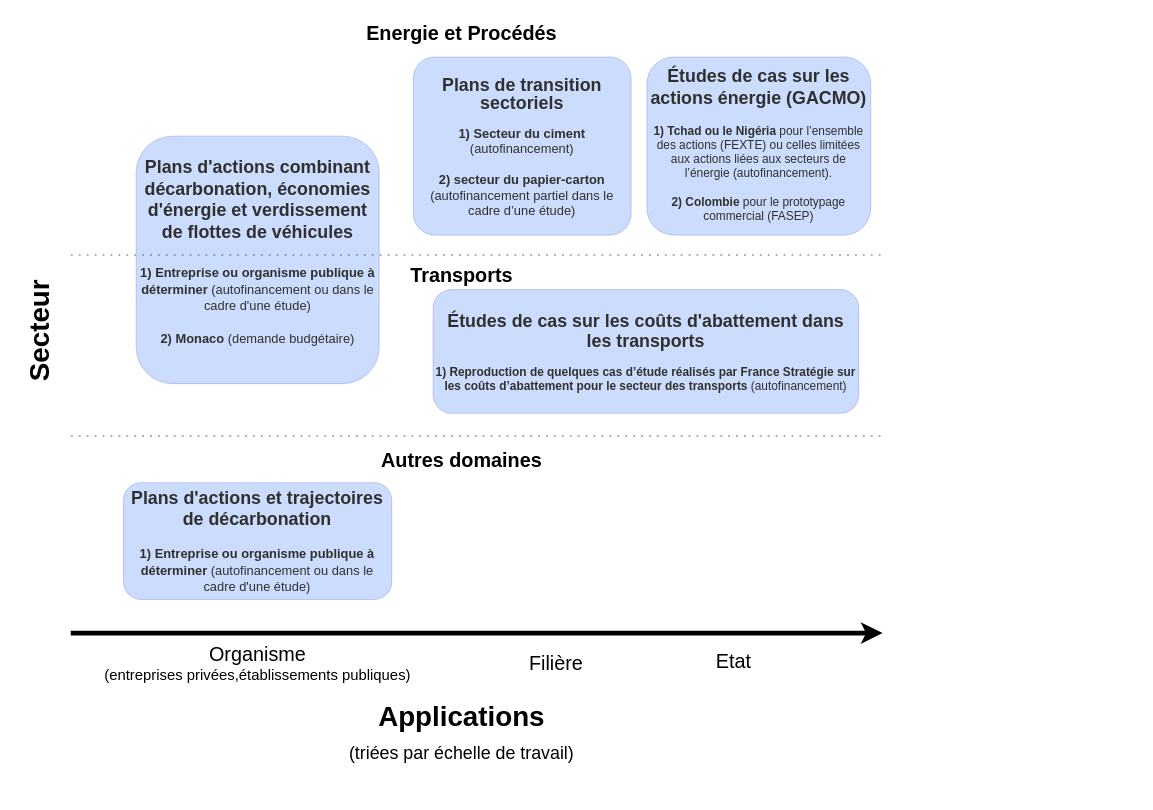
Earlier version of the draw.io diagram prospects_opticarb.drawio (Schlegen/drawio_schemes). Source tidied: cells renumbered, new cells numbered last; positions are measured from the earlier drawing's top-left corner, leaving out a move shared by most shapes. Both pictures are drawn from the tidied source at 99%, with x=0, y=0 at pixel (-23, 17).
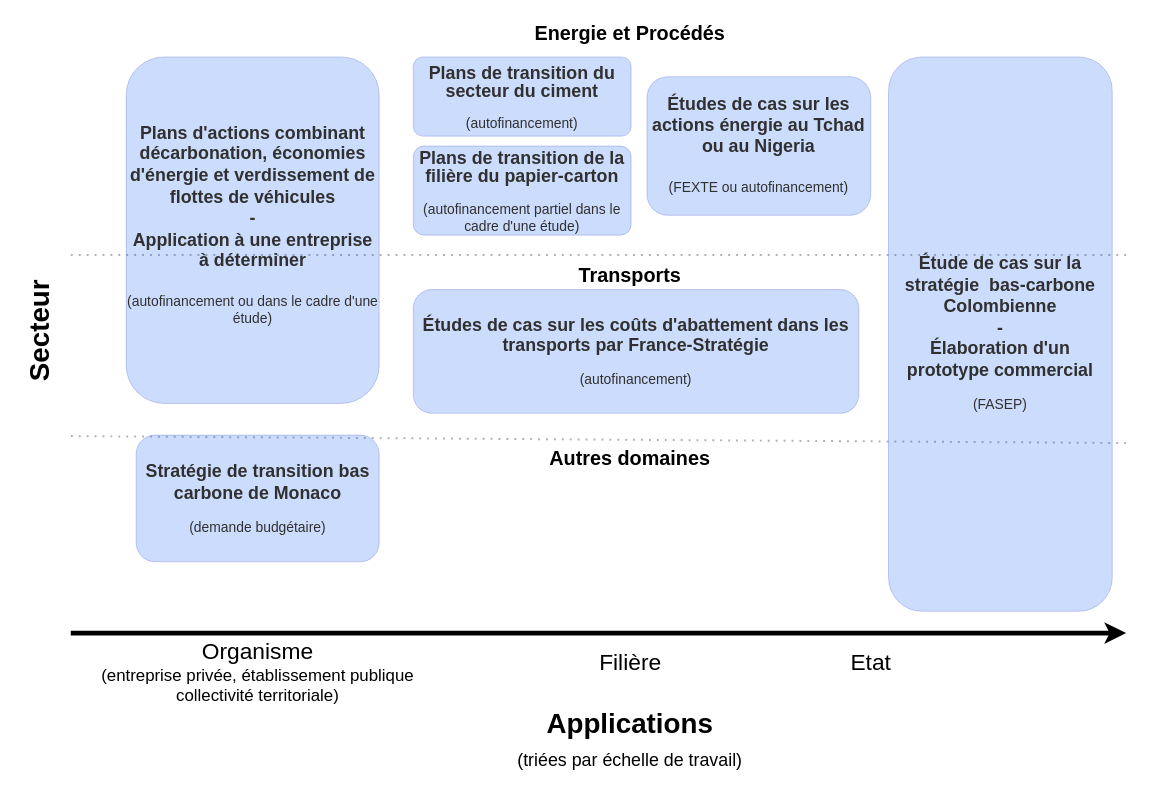
The same page after the edit.

Commit message:
Mettre à jour prospects_opticarb.drawio

Change to the diagram source:
```diff
@@
     <mxCell id="2" style="endArrow=classic;html=1;rounded=0;strokeWidth=5;" parent="1" edge="1">
       <mxGeometry relative="1" as="geometry">
         <mxPoint x="94" y="622" as="sourcePoint" />
-        <mxPoint x="914" y="622" as="targetPoint" />
+        <mxPoint x="1160" y="622" as="targetPoint" />
       </mxGeometry>
     </mxCell>
-    <mxCell id="3" value="&lt;div&gt;&lt;font style=&quot;font-size: 20px;&quot;&gt;Organisme&lt;/font&gt; &lt;font style=&quot;font-size: 15px;&quot;&gt;&lt;br&gt;&lt;/font&gt;&lt;/div&gt;&lt;div&gt;&lt;font style=&quot;font-size: 15px;&quot;&gt;(entreprises privées,établissements publiques)&lt;/font&gt;&lt;/div&gt;" style="text;html=1;strokeColor=none;fillColor=none;align=center;verticalAlign=middle;whiteSpace=wrap;rounded=0;" parent="1" vertex="1">
-      <mxGeometry x="119.8" y="622" width="326" height="60" as="geometry" />
+    <mxCell id="3" value="&lt;div style=&quot;font-size: 23px;&quot;&gt;&lt;font style=&quot;font-size: 23px;&quot;&gt;Organisme&lt;/font&gt;&lt;font style=&quot;font-size: 23px;&quot;&gt; &lt;font style=&quot;font-size: 17px;&quot;&gt;&lt;br&gt;&lt;/font&gt;&lt;/font&gt;&lt;/div&gt;&lt;div style=&quot;font-size: 17px;&quot;&gt;&lt;font style=&quot;font-size: 17px;&quot;&gt;(entreprise privée, établissement publique&lt;/font&gt;&lt;/div&gt;&lt;div style=&quot;font-size: 17px;&quot;&gt;&lt;font style=&quot;font-size: 17px;&quot;&gt;collectivité territoriale)&lt;/font&gt;&lt;/div&gt;" style="text;html=1;strokeColor=none;fillColor=none;align=center;verticalAlign=middle;whiteSpace=wrap;rounded=0;" parent="1" vertex="1">
+      <mxGeometry x="120" y="632" width="326" height="60" as="geometry" />
     </mxCell>
-    <mxCell id="4" value="Etat" style="text;whiteSpace=wrap;html=1;fontSize=20;" parent="1" vertex="1">
-      <mxGeometry x="744" y="632" width="40" height="40" as="geometry" />
+    <mxCell id="4" value="&lt;font style=&quot;font-size: 23px;&quot;&gt;Etat&lt;/font&gt;" style="text;whiteSpace=wrap;html=1;fontSize=20;" parent="1" vertex="1">
+      <mxGeometry x="880" y="632" width="40" height="40" as="geometry" />
     </mxCell>
-    <mxCell id="5" value="Filière" style="text;html=1;align=center;verticalAlign=middle;strokeColor=none;fillColor=none;fontSize=20;" parent="1" vertex="1">
-      <mxGeometry x="544" y="632" width="80" height="40" as="geometry" />
+    <mxCell id="5" value="&lt;font style=&quot;font-size: 23px;&quot;&gt;Filière&lt;/font&gt;" style="text;html=1;align=center;verticalAlign=middle;strokeColor=none;fillColor=none;fontSize=20;" parent="1" vertex="1">
+      <mxGeometry x="614" y="632" width="90" height="40" as="geometry" />
     </mxCell>
-    <mxCell id="6" style="endArrow=none;dashed=1;html=1;dashPattern=1 3;strokeWidth=2;rounded=0;fontSize=20;textOpacity=30;opacity=30;" parent="1" edge="1">
+    <mxCell id="6" style="endArrow=none;dashed=1;html=1;dashPattern=1 3;strokeWidth=2;rounded=0;fontSize=20;textOpacity=50;opacity=30;" parent="1" edge="1">
       <mxGeometry relative="1" as="geometry">
         <mxPoint x="94" y="240" as="sourcePoint" />
-        <mxPoint x="914" y="240" as="targetPoint" />
+        <mxPoint x="1160" y="240" as="targetPoint" />
       </mxGeometry>
     </mxCell>
-    <mxCell id="7" style="endArrow=none;dashed=1;html=1;dashPattern=1 3;strokeWidth=2;rounded=0;fontSize=20;opacity=30;" parent="1" edge="1">
+    <mxCell id="7" style="endArrow=none;dashed=1;html=1;dashPattern=1 3;strokeWidth=2;rounded=0;fontSize=20;opacity=30;textOpacity=50;" parent="1" edge="1">
       <mxGeometry relative="1" as="geometry">
         <mxPoint x="94" y="423" as="sourcePoint" />
-        <mxPoint x="914" y="423" as="targetPoint" />
+        <mxPoint x="1160" y="430" as="targetPoint" />
       </mxGeometry>
     </mxCell>
     <mxCell id="8" value="&lt;b&gt;Energie et Procédés&lt;/b&gt;" style="text;html=1;strokeColor=none;fillColor=none;align=center;verticalAlign=middle;whiteSpace=wrap;rounded=0;fontSize=20;" parent="1" vertex="1">
-      <mxGeometry x="239" width="500" height="30" as="geometry" />
+      <mxGeometry x="409" width="500" height="30" as="geometry" />
     </mxCell>
     <mxCell id="9" value="&lt;b&gt;Transports&lt;/b&gt;" style="text;html=1;strokeColor=none;fillColor=none;align=center;verticalAlign=middle;whiteSpace=wrap;rounded=0;fontSize=20;" parent="1" vertex="1">
-      <mxGeometry x="239" y="245" width="500" height="30" as="geometry" />
+      <mxGeometry x="409" y="245" width="500" height="30" as="geometry" />
     </mxCell>
     <mxCell id="10" value="&lt;b&gt;Autres domaines&lt;/b&gt;" style="text;html=1;strokeColor=none;fillColor=none;align=center;verticalAlign=middle;whiteSpace=wrap;rounded=0;fontSize=20;" parent="1" vertex="1">
-      <mxGeometry x="239" y="432" width="500" height="30" as="geometry" />
+      <mxGeometry x="409" y="430" width="500" height="30" as="geometry" />
     </mxCell>
-    <mxCell id="11" value="&lt;p style=&quot;line-height: 100%; font-size: 12px;&quot;&gt;&lt;/p&gt;&lt;div style=&quot;font-size: 18px;&quot;&gt;&lt;font style=&quot;font-size: 18px;&quot;&gt;&lt;b style=&quot;&quot;&gt;Plans d'actions combinant décarbonation, économies d'énergie et verdissement de flottes de véhicules&lt;br&gt;&lt;/b&gt;&lt;/font&gt;&lt;/div&gt;&lt;div style=&quot;font-size: 18px;&quot;&gt;&lt;font style=&quot;font-size: 18px;&quot;&gt;&lt;b style=&quot;&quot;&gt;&lt;br&gt;&lt;/b&gt;&lt;/font&gt;&lt;/div&gt;&lt;div style=&quot;font-size: 18px; line-height: 80%;&quot;&gt;&lt;font style=&quot;font-size: 18px;&quot; size=&quot;1&quot;&gt;&lt;span style=&quot;font-size: 13px;&quot;&gt;&lt;b&gt;1) Entreprise ou organisme publique à déterminer &lt;/b&gt;(autofinancement ou dans le cadre d'une étude)&lt;/span&gt;&lt;/font&gt;&lt;/div&gt;&lt;div style=&quot;font-size: 18px; line-height: 80%;&quot;&gt;&lt;font style=&quot;font-size: 18px;&quot; size=&quot;1&quot;&gt;&lt;span style=&quot;font-size: 13px;&quot;&gt;&lt;br&gt;&lt;/span&gt;&lt;/font&gt;&lt;/div&gt;&lt;div style=&quot;font-size: 18px; line-height: 80%;&quot;&gt;&lt;font style=&quot;font-size: 18px;&quot; size=&quot;1&quot;&gt;&lt;span style=&quot;font-size: 13px;&quot;&gt;&lt;b&gt;2) Monaco&lt;/b&gt; (demande budgétaire)&lt;br&gt;&lt;/span&gt;&lt;/font&gt;&lt;/div&gt;&lt;div style=&quot;font-size: 18px; line-height: 80%;&quot;&gt;&lt;font style=&quot;font-size: 18px;&quot; size=&quot;1&quot;&gt;&lt;span style=&quot;font-size: 13px;&quot;&gt;&lt;br&gt;&lt;/span&gt;&lt;/font&gt;&lt;/div&gt;&lt;p style=&quot;font-size: 12px;&quot;&gt;&lt;/p&gt;" style="rounded=1;whiteSpace=wrap;html=1;fontSize=12;labelBackgroundColor=none;opacity=20;fillColor=#0050ef;strokeColor=#001DBC;fontColor=#303030;" parent="1" vertex="1">
-      <mxGeometry x="160" y="120" width="245.5" height="250" as="geometry" />
+    <mxCell id="11" value="&lt;p style=&quot;line-height: 100%; font-size: 12px;&quot;&gt;&lt;/p&gt;&lt;div style=&quot;font-size: 18px;&quot;&gt;&lt;font style=&quot;font-size: 18px;&quot;&gt;&lt;b style=&quot;&quot;&gt;Plans d'actions combinant décarbonation, économies d'énergie et verdissement de flottes de véhicules&lt;br&gt;&lt;/b&gt;&lt;/font&gt;&lt;/div&gt;&lt;div style=&quot;font-size: 18px;&quot;&gt;&lt;font style=&quot;font-size: 18px;&quot;&gt;&lt;b style=&quot;&quot;&gt;-&lt;/b&gt;&lt;/font&gt;&lt;/div&gt;&lt;div style=&quot;font-size: 18px;&quot;&gt;&lt;font style=&quot;font-size: 18px;&quot;&gt;&lt;b style=&quot;&quot;&gt;Application à une entreprise à déterminer&lt;/b&gt;&lt;/font&gt;&lt;/div&gt;&lt;div style=&quot;font-size: 18px;&quot;&gt;&lt;font style=&quot;font-size: 18px;&quot;&gt;&lt;b style=&quot;&quot;&gt;&lt;br&gt;&lt;/b&gt;&lt;/font&gt;&lt;/div&gt;&lt;div style=&quot;font-size: 14px;&quot;&gt;&lt;font style=&quot;font-size: 14px;&quot;&gt;&lt;span style=&quot;&quot;&gt;(autofinancement ou dans le cadre d'une étude)&lt;br&gt;&lt;/span&gt;&lt;/font&gt;&lt;/div&gt;&lt;div style=&quot;font-size: 14px; line-height: 80%;&quot;&gt;&lt;font style=&quot;font-size: 14px;&quot;&gt;&lt;span style=&quot;&quot;&gt;&lt;b&gt;&lt;font style=&quot;font-size: 14px;&quot;&gt;&amp;nbsp;&lt;/font&gt;&lt;br&gt;&lt;/b&gt;&lt;/span&gt;&lt;/font&gt;&lt;/div&gt;&lt;p style=&quot;font-size: 12px;&quot;&gt;&lt;/p&gt;" style="rounded=1;whiteSpace=wrap;html=1;fontSize=12;labelBackgroundColor=none;opacity=20;fillColor=#0050ef;strokeColor=#001DBC;fontColor=#303030;" parent="1" vertex="1">
+      <mxGeometry x="150" y="40" width="255.5" height="350" as="geometry" />
     </mxCell>
-    <mxCell id="12" value="&lt;p style=&quot;line-height: 170%; font-size: 18px;&quot; align=&quot;center&quot;&gt;&lt;/p&gt;&lt;div style=&quot;font-size: 18px; line-height: 100%;&quot; align=&quot;center&quot;&gt;&lt;font style=&quot;font-size: 18px;&quot;&gt;&lt;font style=&quot;font-size: 18px;&quot;&gt;&lt;b style=&quot;&quot;&gt;Plans de transition sectoriels&lt;/b&gt;&lt;/font&gt;&lt;br&gt;&lt;/font&gt;&lt;/div&gt;&lt;div align=&quot;center&quot;&gt;&lt;br&gt;&lt;/div&gt;&lt;div style=&quot;font-size: 13px;&quot; align=&quot;center&quot;&gt;&lt;b&gt;1&lt;/b&gt;&lt;font style=&quot;font-size: 13px;&quot;&gt;&lt;b&gt;) Secteur du ciment &lt;/b&gt;(autofinancement)&lt;/font&gt;&lt;/div&gt;&lt;div style=&quot;font-size: 13px;&quot; align=&quot;center&quot;&gt;&lt;font style=&quot;font-size: 13px;&quot;&gt;&lt;br&gt;&lt;/font&gt;&lt;/div&gt;&lt;div style=&quot;font-size: 13px;&quot; align=&quot;center&quot;&gt;&lt;font style=&quot;font-size: 13px;&quot;&gt;&lt;b&gt;2) secteur du papier-carton&lt;/b&gt; &lt;span&gt;(autofinancement partiel dans le cadre d’une étude)&lt;/span&gt;&lt;/font&gt;&lt;/div&gt;&lt;div style=&quot;font-size: 13px;&quot; align=&quot;center&quot;&gt;&lt;font style=&quot;font-size: 13px;&quot;&gt;&lt;span&gt;&lt;br&gt;&lt;/span&gt;&lt;/font&gt;&lt;/div&gt;" style="rounded=1;whiteSpace=wrap;html=1;fontSize=12;labelBackgroundColor=none;opacity=20;fillColor=#0050ef;strokeColor=#001DBC;fontColor=#303030;align=center;arcSize=12;horizontal=1;" parent="1" vertex="1">
-      <mxGeometry x="440" y="40" width="220" height="180" as="geometry" />
+    <mxCell id="12" value="&lt;p style=&quot;line-height: 170%; font-size: 18px;&quot; align=&quot;center&quot;&gt;&lt;/p&gt;&lt;div style=&quot;font-size: 18px; line-height: 100%;&quot; align=&quot;center&quot;&gt;&lt;font style=&quot;font-size: 18px;&quot;&gt;&lt;font style=&quot;font-size: 18px;&quot;&gt;&lt;b style=&quot;&quot;&gt;Plans de transition &lt;/b&gt;&lt;/font&gt;&lt;b&gt;du secteur du ciment&lt;/b&gt;&lt;br&gt;&lt;/font&gt;&lt;/div&gt;&lt;div style=&quot;font-size: 13px;&quot; align=&quot;center&quot;&gt;&lt;font style=&quot;font-size: 13px;&quot;&gt;&lt;br&gt;&lt;/font&gt;&lt;/div&gt;&lt;div style=&quot;font-size: 13px;&quot; align=&quot;center&quot;&gt;&lt;font style=&quot;font-size: 14px;&quot;&gt;(autofinancement)&lt;/font&gt;&lt;/div&gt;&lt;div style=&quot;font-size: 13px;&quot; align=&quot;center&quot;&gt;&lt;font style=&quot;font-size: 13px;&quot;&gt;&lt;br&gt;&lt;/font&gt;&lt;/div&gt;" style="rounded=1;whiteSpace=wrap;html=1;fontSize=12;labelBackgroundColor=none;opacity=20;fillColor=#0050ef;strokeColor=#001DBC;fontColor=#303030;align=center;arcSize=12;horizontal=1;" parent="1" vertex="1">
+      <mxGeometry x="440" y="40" width="220" height="80" as="geometry" />
     </mxCell>
-    <mxCell id="13" value="&lt;p style=&quot;line-height: 0.4; font-size: 12px;&quot;&gt;&lt;/p&gt;&lt;div style=&quot;font-size: 18px;&quot;&gt;&lt;font style=&quot;font-size: 18px;&quot;&gt;&lt;b style=&quot;&quot;&gt;Études de cas sur les actions énergie (GACMO)&lt;/b&gt;&lt;/font&gt;&lt;/div&gt;&lt;div&gt;&lt;span&gt;&lt;b&gt;&lt;br&gt;&lt;/b&gt;&lt;/span&gt;&lt;/div&gt;&lt;div&gt;&lt;span&gt;&lt;b&gt;1) Tchad ou le Nigéria &lt;/b&gt;pour l’ensemble des actions (FEXTE) ou celles limitées aux actions liées aux secteurs de l’énergie (autofinancement).&lt;/span&gt;&lt;/div&gt;&lt;div&gt;&lt;span&gt;&lt;br&gt;&lt;/span&gt;&lt;/div&gt;&lt;div&gt;&lt;span&gt;&lt;b&gt;2)&lt;/b&gt; &lt;b&gt;Colombie &lt;/b&gt;pour le prototypage commercial (FASEP)&lt;/span&gt;&lt;/div&gt;&lt;div&gt;&lt;span&gt;&lt;br&gt;&lt;/span&gt;&lt;/div&gt;" style="rounded=1;whiteSpace=wrap;html=1;fontSize=12;labelBackgroundColor=none;opacity=20;fillColor=#0050ef;strokeColor=#001DBC;fontColor=#303030;" parent="1" vertex="1">
-      <mxGeometry x="676" y="40" width="226" height="180" as="geometry" />
+    <mxCell id="13" value="&lt;p style=&quot;line-height: 0.4; font-size: 12px;&quot;&gt;&lt;/p&gt;&lt;div style=&quot;font-size: 18px;&quot;&gt;&lt;font style=&quot;font-size: 18px;&quot;&gt;&lt;b style=&quot;&quot;&gt;Études de cas sur les actions énergie au Tchad ou au Nigeria&lt;br&gt;&lt;/b&gt;&lt;/font&gt;&lt;/div&gt;&lt;div style=&quot;font-size: 18px;&quot;&gt;&lt;font style=&quot;font-size: 18px;&quot;&gt;&lt;b style=&quot;&quot;&gt;&lt;br&gt;&lt;/b&gt;&lt;/font&gt;&lt;/div&gt;&lt;font style=&quot;font-size: 14px;&quot;&gt;(FEXTE ou autofinancement)&lt;/font&gt;&lt;br&gt;&lt;div&gt;&lt;span&gt;&lt;br&gt;&lt;/span&gt;&lt;/div&gt;" style="rounded=1;whiteSpace=wrap;html=1;fontSize=12;labelBackgroundColor=none;opacity=20;fillColor=#0050ef;strokeColor=#001DBC;fontColor=#303030;" parent="1" vertex="1">
+      <mxGeometry x="676" y="60" width="226" height="140" as="geometry" />
     </mxCell>
-    <mxCell id="14" value="&lt;p style=&quot;line-height: 0.4; font-size: 12px;&quot;&gt;&lt;/p&gt;&lt;div style=&quot;font-size: 18px;&quot;&gt;&lt;font style=&quot;font-size: 18px;&quot;&gt;&lt;b style=&quot;&quot;&gt;Études de cas sur les coûts d'abattement dans les transports&lt;/b&gt;&lt;/font&gt;&lt;/div&gt;&lt;p&gt;&lt;span&gt;&lt;b&gt;1) Reproduction de quelques cas d’étude réalisés par France Stratégie sur les coûts d’abattement pour le secteur des transports&lt;/b&gt; (autofinancement) &lt;br&gt;&lt;/span&gt;&lt;/p&gt;" style="rounded=1;whiteSpace=wrap;html=1;fontSize=12;labelBackgroundColor=none;opacity=20;fillColor=#0050ef;strokeColor=#001DBC;fontColor=#303030;" parent="1" vertex="1">
-      <mxGeometry x="460" y="275" width="430" height="125" as="geometry" />
+    <mxCell id="14" value="&lt;p style=&quot;line-height: 0.4; font-size: 12px;&quot;&gt;&lt;/p&gt;&lt;div style=&quot;font-size: 18px;&quot;&gt;&lt;font style=&quot;font-size: 18px;&quot;&gt;&lt;b style=&quot;&quot;&gt;Études de cas sur les coûts d'abattement dans les transports par France-Stratégie&lt;br&gt;&lt;/b&gt;&lt;/font&gt;&lt;/div&gt;&lt;p style=&quot;font-size: 14px;&quot;&gt;&lt;span&gt;(autofinancement)&lt;br&gt;&lt;/span&gt;&lt;/p&gt;" style="rounded=1;whiteSpace=wrap;html=1;fontSize=12;labelBackgroundColor=none;opacity=20;fillColor=#0050ef;strokeColor=#001DBC;fontColor=#303030;" parent="1" vertex="1">
+      <mxGeometry x="440" y="275" width="450" height="125" as="geometry" />
     </mxCell>
     <mxCell id="15" value="&lt;p style=&quot;line-height: 0%;&quot;&gt;&lt;/p&gt;&lt;div&gt;&lt;font style=&quot;font-size: 28px;&quot;&gt;&lt;b&gt;Applications &lt;br&gt;&lt;/b&gt;&lt;/font&gt;&lt;/div&gt;&lt;div&gt;&lt;font style=&quot;font-size: 28px;&quot;&gt;&lt;font style=&quot;font-size: 18px;&quot;&gt;(triées par échelle de travail)&lt;/font&gt;&lt;b&gt;&lt;br&gt;&lt;/b&gt;&lt;/font&gt;&lt;/div&gt;&lt;p&gt;&lt;/p&gt;" style="text;html=1;strokeColor=none;fillColor=none;align=center;verticalAlign=middle;whiteSpace=wrap;rounded=0;fontSize=20;" parent="1" vertex="1">
-      <mxGeometry x="302" y="693" width="374" height="60" as="geometry" />
+      <mxGeometry x="472" y="700" width="374" height="60" as="geometry" />
     </mxCell>
@@
-    <mxCell id="17" value="&lt;div&gt;&lt;b&gt;&lt;font style=&quot;font-size: 18px;&quot;&gt;Plans d'actions et trajectoires de décarbonation&lt;/font&gt;&lt;/b&gt;&lt;/div&gt;&lt;div&gt;&lt;b style=&quot;font-size: 13px;&quot;&gt;&lt;font style=&quot;font-size: 13px;&quot;&gt;&lt;br&gt;&lt;/font&gt;&lt;/b&gt;&lt;/div&gt;&lt;div&gt;&lt;div style=&quot;font-size: 18px; line-height: 80%;&quot;&gt;&lt;font style=&quot;font-size: 18px;&quot; size=&quot;1&quot;&gt;&lt;span style=&quot;font-size: 13px;&quot;&gt;&lt;b&gt;1) Entreprise ou organisme publique à déterminer &lt;/b&gt;(autofinancement ou dans le cadre d'une étude)&lt;br&gt;&lt;/span&gt;&lt;/font&gt;&lt;/div&gt;&lt;/div&gt;" style="rounded=1;whiteSpace=wrap;html=1;fontSize=12;labelBackgroundColor=none;opacity=20;fillColor=#0050ef;strokeColor=#001DBC;fontColor=#303030;" parent="1" vertex="1">
-      <mxGeometry x="147.2" y="470" width="271" height="118" as="geometry" />
-    </mxCell>
+    <mxCell id="18" value="&lt;p style=&quot;line-height: 170%; font-size: 18px;&quot; align=&quot;center&quot;&gt;&lt;/p&gt;&lt;div style=&quot;font-size: 18px; line-height: 100%;&quot; align=&quot;center&quot;&gt;&lt;font style=&quot;font-size: 18px;&quot;&gt;&lt;font style=&quot;font-size: 18px;&quot;&gt;&lt;b style=&quot;&quot;&gt;Plans de transition de la filière &lt;/b&gt;&lt;/font&gt;&lt;b&gt;du papier-carton&lt;/b&gt;&lt;br&gt;&lt;/font&gt;&lt;/div&gt;&lt;div style=&quot;font-size: 13px;&quot; align=&quot;center&quot;&gt;&lt;font style=&quot;font-size: 13px;&quot;&gt;&lt;br&gt;&lt;/font&gt;&lt;/div&gt;&lt;div style=&quot;font-size: 13px;&quot; align=&quot;center&quot;&gt;&lt;font style=&quot;font-size: 14px;&quot;&gt;(autofinancement partiel dans le cadre d'une étude)&lt;/font&gt;&lt;/div&gt;&lt;div style=&quot;font-size: 13px;&quot; align=&quot;center&quot;&gt;&lt;font style=&quot;font-size: 13px;&quot;&gt;&lt;br&gt;&lt;/font&gt;&lt;/div&gt;" style="rounded=1;whiteSpace=wrap;html=1;fontSize=12;labelBackgroundColor=none;opacity=20;fillColor=#0050ef;strokeColor=#001DBC;fontColor=#303030;align=center;arcSize=12;horizontal=1;" parent="1" vertex="1">
+      <mxGeometry x="440" y="130" width="220" height="90" as="geometry" />
+    </mxCell>
+    <mxCell id="19" value="&lt;p style=&quot;line-height: 0.4; font-size: 12px;&quot;&gt;&lt;/p&gt;&lt;div style=&quot;font-size: 18px;&quot;&gt;&lt;font style=&quot;font-size: 18px;&quot;&gt;&lt;b style=&quot;&quot;&gt;Étude de cas sur la stratégie&amp;nbsp; bas-carbone Colombienne&lt;br&gt;&lt;/b&gt;&lt;/font&gt;&lt;/div&gt;&lt;div style=&quot;font-size: 18px;&quot;&gt;&lt;font style=&quot;font-size: 18px;&quot;&gt;&lt;b style=&quot;&quot;&gt;-&lt;/b&gt;&lt;/font&gt;&lt;/div&gt;&lt;div style=&quot;font-size: 18px;&quot;&gt;&lt;font style=&quot;font-size: 18px;&quot;&gt;&lt;b style=&quot;&quot;&gt;Élaboration d'un prototype commercial&lt;br&gt;&lt;/b&gt;&lt;/font&gt;&lt;/div&gt;&lt;div&gt;&lt;span&gt;&lt;b&gt;&lt;br&gt;&lt;/b&gt;&lt;/span&gt;&lt;/div&gt;&lt;font style=&quot;font-size: 14px;&quot;&gt;(FASEP)&lt;/font&gt;&lt;div&gt;&lt;span&gt;&lt;br&gt;&lt;/span&gt;&lt;/div&gt;" style="rounded=1;whiteSpace=wrap;html=1;fontSize=12;labelBackgroundColor=none;opacity=20;fillColor=#0050ef;strokeColor=#001DBC;fontColor=#303030;" parent="1" vertex="1">
+      <mxGeometry x="920" y="40" width="226" height="560" as="geometry" />
+    </mxCell>
+    <mxCell id="20" value="&lt;p style=&quot;line-height: 100%; font-size: 12px;&quot;&gt;&lt;/p&gt;&lt;div style=&quot;font-size: 18px;&quot;&gt;&lt;font style=&quot;font-size: 18px;&quot;&gt;&lt;b style=&quot;&quot;&gt;Stratégie de transition bas carbone de Monaco&lt;br&gt;&lt;/b&gt;&lt;/font&gt;&lt;/div&gt;&lt;br&gt;&lt;div&gt;&lt;font size=&quot;1&quot;&gt;&lt;span style=&quot;font-size: 14px;&quot;&gt;(demande budgétaire)&lt;/span&gt;&lt;/font&gt;&lt;/div&gt;&lt;p style=&quot;font-size: 12px;&quot;&gt;&lt;/p&gt;" style="rounded=1;whiteSpace=wrap;html=1;fontSize=12;labelBackgroundColor=none;opacity=20;fillColor=#0050ef;strokeColor=#001DBC;fontColor=#303030;" parent="1" vertex="1">
+      <mxGeometry x="160" y="422" width="245.5" height="128" as="geometry" />
+    </mxCell>
```
